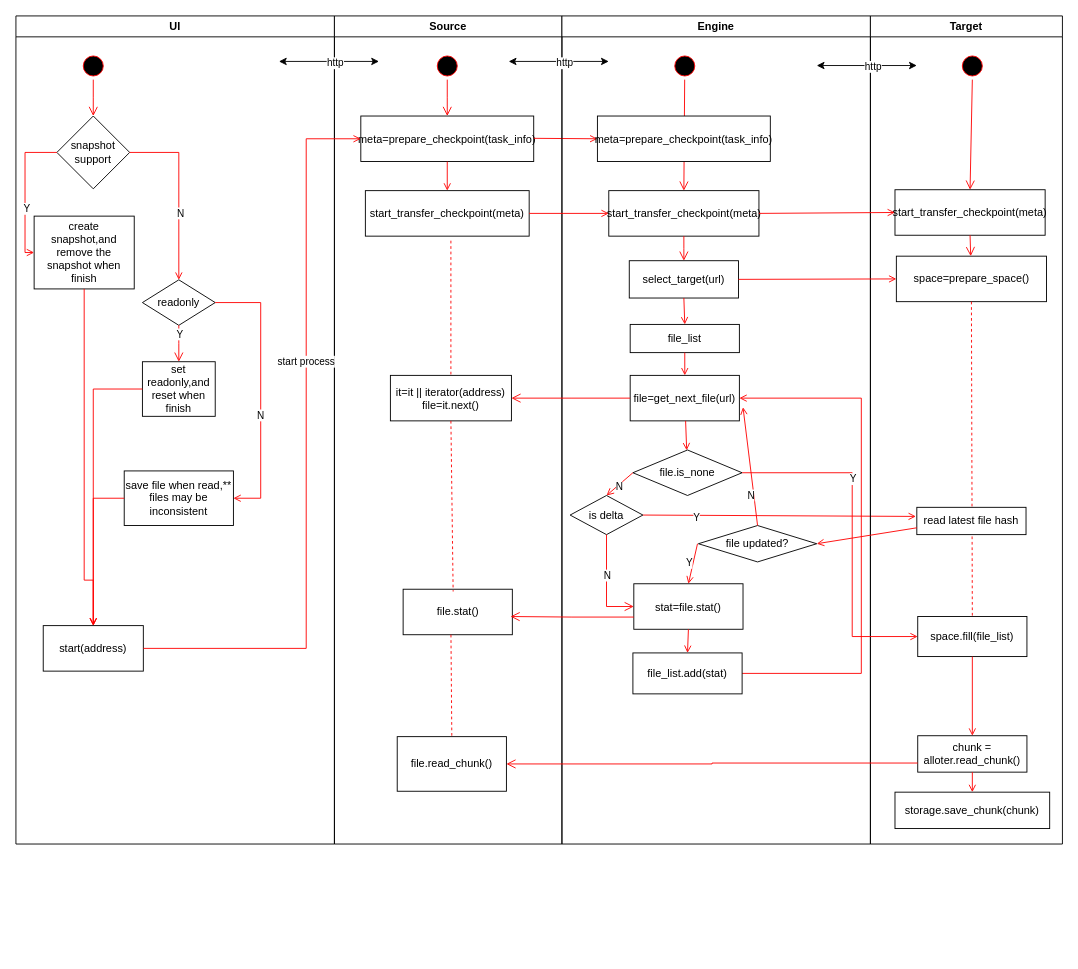
buckyos/bucky_backup_suite keeps this draw.io diagram as doc/PM/framework/draft.drawio. Above is the earlier version. Source tidied: cells renumbered, new cells numbered last; positions are measured from the earlier drawing's top-left corner, leaving out a move shared by most shapes. Both pictures are drawn from the tidied source at 91%, with x=0, y=0 at pixel (15, 15).
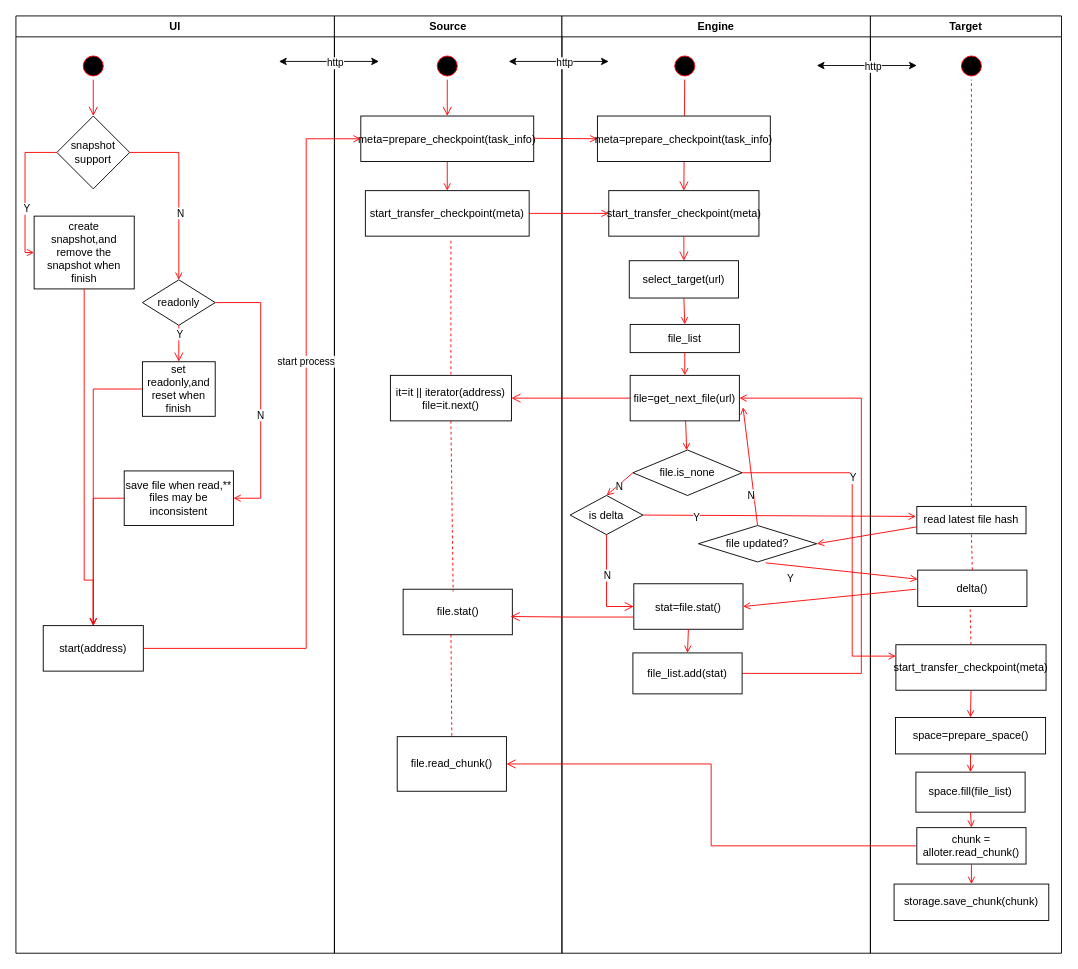
The same page after the edit.

The change refers to these unchanged cells:
```xml
<mxCell id="32" value="file.read_chunk()" style="rounded=0;whiteSpace=wrap;html=1;" parent="22" vertex="1">
  <mxGeometry x="69" y="792" width="120" height="60" as="geometry" />
</mxCell>
<mxCell id="40" value="start_transfer_checkpoint(meta)" style="rounded=0;whiteSpace=wrap;html=1;" parent="35" vertex="1">
  <mxGeometry x="51.5" y="192" width="165" height="50" as="geometry" />
</mxCell>
<mxCell id="41" value="stat=file.stat()" parent="35" vertex="1">
  <mxGeometry x="79" y="624" width="120" height="50" as="geometry" />
</mxCell>
<mxCell id="43" value="select_target(url)" style="rounded=0;whiteSpace=wrap;html=1;" parent="35" vertex="1">
  <mxGeometry x="74" y="269" width="120" height="41" as="geometry" />
</mxCell>
<mxCell id="46" value="file.is_none" style="rhombus;whiteSpace=wrap;html=1;" parent="35" vertex="1">
  <mxGeometry x="78" y="477" width="120" height="50" as="geometry" />
</mxCell>
<mxCell id="55" value="file updated?" style="rhombus;whiteSpace=wrap;html=1;" parent="35" vertex="1">
  <mxGeometry x="150" y="560" width="130" height="40" as="geometry" />
</mxCell>
```

Change to the diagram source:
```diff
@@
     <mxCell id="2" value="UI" style="swimlane;whiteSpace=wrap;" parent="1" vertex="1">
-      <mxGeometry width="350" height="910" as="geometry" />
+      <mxGeometry width="350" height="1030" as="geometry" />
     </mxCell>
@@
     <mxCell id="22" value="Source" style="swimlane;whiteSpace=wrap;" parent="1" vertex="1">
-      <mxGeometry x="350" width="250" height="910" as="geometry" />
+      <mxGeometry x="350" width="250" height="1030" as="geometry" />
     </mxCell>
@@
     <mxCell id="35" value="Engine" style="swimlane;whiteSpace=wrap;" parent="1" vertex="1">
-      <mxGeometry x="600" width="339" height="910" as="geometry" />
+      <mxGeometry x="600" width="339" height="1030" as="geometry" />
     </mxCell>
@@
-    <mxCell id="56" style="endArrow=open;strokeColor=#FF0000;endFill=1;rounded=0;entryX=0.5;entryY=0;entryDx=0;entryDy=0;" parent="35" edge="1" target="41">
-      <mxGeometry relative="1" as="geometry">
-        <mxPoint x="149" y="580" as="sourcePoint" />
-      </mxGeometry>
-    </mxCell>
-    <mxCell id="57" value="Y" style="edgeLabel;html=1;align=center;verticalAlign=middle;" parent="56" vertex="1">
-      <mxGeometry x="-0.61" y="-2" relative="1" as="geometry">
-        <mxPoint x="-6" y="12" as="offset" />
-      </mxGeometry>
-    </mxCell>
@@
     <mxCell id="67" value="Target" style="swimlane;whiteSpace=wrap;" parent="1" vertex="1">
-      <mxGeometry x="939" width="211" height="910" as="geometry" />
+      <mxGeometry x="939" width="210" height="1030" as="geometry" />
     </mxCell>
-    <mxCell id="68" style="ellipse;shape=startState;fillColor=#000000;strokeColor=#ff0000;" parent="67" vertex="1">
-      <mxGeometry x="97" y="40" width="30" height="30" as="geometry" />
-    </mxCell>
     <mxCell id="69" value="space=prepare_space()" style="rounded=0;whiteSpace=wrap;html=1;" parent="67" vertex="1">
-      <mxGeometry x="28.5" y="264" width="165" height="50" as="geometry" />
+      <mxGeometry x="27.5" y="771" width="165" height="40" as="geometry" />
     </mxCell>
-    <mxCell id="70" style="elbow=horizontal;verticalAlign=bottom;endArrow=open;endSize=8;strokeColor=#FF0000;endFill=1;rounded=0;exitX=0.5;exitY=1;exitDx=0;exitDy=0;entryX=0.5;entryY=0;entryDx=0;entryDy=0;" parent="67" edge="1" source="68" target="80">
-      <mxGeometry x="-1380" y="-220" as="geometry" />
-    </mxCell>
     <mxCell id="71" value="space.fill(file_list)" style="rounded=0;whiteSpace=wrap;html=1;" parent="67" vertex="1">
-      <mxGeometry x="52" y="660" width="120" height="44" as="geometry" />
+      <mxGeometry x="50" y="831" width="120" height="44" as="geometry" />
     </mxCell>
-    <mxCell id="72" style="endArrow=none;strokeColor=#FF0000;endFill=0;rounded=0;dashed=1;entryX=0.5;entryY=0;entryDx=0;entryDy=0;exitX=0.5;exitY=1;exitDx=0;exitDy=0;" parent="67" edge="1" source="69" target="71">
-      <mxGeometry relative="1" as="geometry" />
-    </mxCell>
     <mxCell id="73" value="chunk = alloter.read_chunk()" style="rounded=0;whiteSpace=wrap;html=1;" parent="67" vertex="1">
-      <mxGeometry x="52" y="791" width="120" height="40" as="geometry" />
+      <mxGeometry x="51" y="892" width="120" height="40" as="geometry" />
     </mxCell>
     <mxCell id="74" value="storage.save_chunk(chunk)" style="rounded=0;whiteSpace=wrap;html=1;" parent="67" vertex="1">
-      <mxGeometry x="27" y="853" width="170" height="40" as="geometry" />
+      <mxGeometry x="26" y="954" width="170" height="40" as="geometry" />
     </mxCell>
@@
     <mxCell id="76" value="read latest file hash" style="rounded=0;whiteSpace=wrap;html=1;" parent="67" vertex="1">
-      <mxGeometry x="51" y="540" width="120" height="30" as="geometry" />
+      <mxGeometry x="51" y="539" width="120" height="30" as="geometry" />
     </mxCell>
@@
+    <mxCell id="94" value="delta()" style="rounded=0;whiteSpace=wrap;html=1;" parent="67" vertex="1">
+      <mxGeometry x="52" y="609" width="120" height="40" as="geometry" />
+    </mxCell>
     <mxCell id="80" value="start_transfer_checkpoint(meta)" style="rounded=0;whiteSpace=wrap;html=1;" parent="67" vertex="1">
-      <mxGeometry x="27" y="191" width="165" height="50" as="geometry" />
+      <mxGeometry x="28" y="691" width="165" height="50" as="geometry" />
     </mxCell>
+    <mxCell id="95" style="endArrow=none;strokeColor=#FF0000;endFill=0;rounded=0;dashed=1;entryX=0.5;entryY=1;entryDx=0;entryDy=0;exitX=0.5;exitY=0;exitDx=0;exitDy=0;" parent="67" edge="1" source="94" target="76">
+      <mxGeometry relative="1" as="geometry" />
+    </mxCell>
+    <mxCell id="68" style="ellipse;shape=startState;fillColor=#000000;strokeColor=#ff0000;" parent="67" vertex="1">
+      <mxGeometry x="96" y="40" width="30" height="30" as="geometry" />
+    </mxCell>
+    <mxCell id="96" style="endArrow=none;strokeColor=#FF0000;endFill=0;rounded=0;dashed=1;entryX=0.5;entryY=1;entryDx=0;entryDy=0;exitX=0.5;exitY=0;exitDx=0;exitDy=0;" parent="67" edge="1" source="76" target="68">
+      <mxGeometry relative="1" as="geometry" />
+    </mxCell>
+    <mxCell id="97" style="endArrow=none;strokeColor=#FF0000;endFill=0;rounded=0;dashed=1;entryX=0.5;entryY=1;entryDx=0;entryDy=0;exitX=0.5;exitY=0;exitDx=0;exitDy=0;" parent="67" edge="1" source="80">
+      <mxGeometry relative="1" as="geometry">
+        <mxPoint x="109.5" y="649" as="targetPoint" />
+      </mxGeometry>
+    </mxCell>
-    <mxCell id="81" style="elbow=horizontal;verticalAlign=bottom;endArrow=open;endSize=8;strokeColor=#FF0000;endFill=1;rounded=0;exitX=0.5;exitY=1;exitDx=0;exitDy=0;" parent="67" edge="1" source="80" target="69">
-      <mxGeometry x="-2330" y="-340" as="geometry" />
+    <mxCell id="81" style="endArrow=open;strokeColor=#FF0000;endFill=1;rounded=0;exitX=0.5;exitY=1;exitDx=0;exitDy=0;entryX=0.5;entryY=0;entryDx=0;entryDy=0;" parent="67" edge="1" source="80" target="69">
+      <mxGeometry relative="1" as="geometry" />
     </mxCell>
+    <mxCell id="72" style="endArrow=open;strokeColor=#FF0000;endFill=1;rounded=0;exitX=0.5;exitY=1;exitDx=0;exitDy=0;entryX=0.5;entryY=0;entryDx=0;entryDy=0;" parent="67" edge="1" source="69" target="71">
+      <mxGeometry relative="1" as="geometry" />
+    </mxCell>
@@
-    <mxCell id="83" style="endArrow=open;strokeColor=#FF0000;endFill=1;rounded=0;exitX=1;exitY=0.5;exitDx=0;exitDy=0;entryX=0;entryY=0.5;entryDx=0;entryDy=0;" parent="1" edge="1" source="43" target="69">
-      <mxGeometry relative="1" as="geometry" />
-    </mxCell>
-    <mxCell id="84" style="edgeStyle=elbowEdgeStyle;elbow=horizontal;strokeColor=#FF0000;endArrow=open;endFill=1;rounded=0;exitX=1;exitY=0.5;exitDx=0;exitDy=0;entryX=0;entryY=0.5;entryDx=0;entryDy=0;" parent="1" edge="1" source="46" target="71">
+    <mxCell id="84" style="edgeStyle=elbowEdgeStyle;elbow=horizontal;strokeColor=#FF0000;endArrow=open;endFill=1;rounded=0;exitX=1;exitY=0.5;exitDx=0;exitDy=0;entryX=0;entryY=0.25;entryDx=0;entryDy=0;" parent="1" edge="1" source="46" target="80">
       <mxGeometry relative="1" as="geometry">
         <Array as="points">
           <mxPoint x="919" y="560" />
         </Array>
       </mxGeometry>
     </mxCell>
@@
-    <mxCell id="86" style="edgeStyle=elbowEdgeStyle;elbow=horizontal;verticalAlign=bottom;endArrow=open;endSize=8;strokeColor=#FF0000;endFill=1;rounded=0;exitX=0;exitY=0.75;exitDx=0;exitDy=0;entryX=1;entryY=0.5;entryDx=0;entryDy=0;" parent="1" edge="1" source="73" target="32">
-      <mxGeometry x="-1170" y="-220" as="geometry" />
+    <mxCell id="86" style="edgeStyle=elbowEdgeStyle;elbow=horizontal;verticalAlign=bottom;endArrow=open;endSize=8;strokeColor=#FF0000;endFill=1;rounded=0;entryX=1;entryY=0.5;entryDx=0;entryDy=0;" parent="1" edge="1" target="32">
+      <mxGeometry x="-1170" y="-220" as="geometry">
+        <mxPoint x="989" y="912" as="sourcePoint" />
+      </mxGeometry>
     </mxCell>
@@
-    <mxCell id="93" style="endArrow=open;strokeColor=#FF0000;endFill=1;rounded=0;entryX=0;entryY=0.5;entryDx=0;entryDy=0;exitX=1;exitY=0.5;exitDx=0;exitDy=0;" parent="1" edge="1" source="40" target="80">
-      <mxGeometry relative="1" as="geometry" />
-    </mxCell>
+    <mxCell id="56" style="endArrow=open;strokeColor=#FF0000;endFill=1;rounded=0;entryX=0;entryY=0.25;entryDx=0;entryDy=0;exitX=0.569;exitY=1.025;exitDx=0;exitDy=0;exitPerimeter=0;" parent="1" edge="1" source="55" target="94">
+      <mxGeometry relative="1" as="geometry" />
+    </mxCell>
+    <mxCell id="57" value="Y" style="edgeLabel;html=1;align=center;verticalAlign=middle;" parent="56" vertex="1">
+      <mxGeometry x="-0.61" y="-2" relative="1" as="geometry">
+        <mxPoint x="-6" y="12" as="offset" />
+      </mxGeometry>
+    </mxCell>
+    <mxCell id="98" style="endArrow=open;strokeColor=#FF0000;endFill=1;rounded=0;entryX=1;entryY=0.5;entryDx=0;entryDy=0;" parent="1" edge="1" target="41">
+      <mxGeometry relative="1" as="geometry">
+        <mxPoint x="989" y="630" as="sourcePoint" />
+      </mxGeometry>
+    </mxCell>
```
